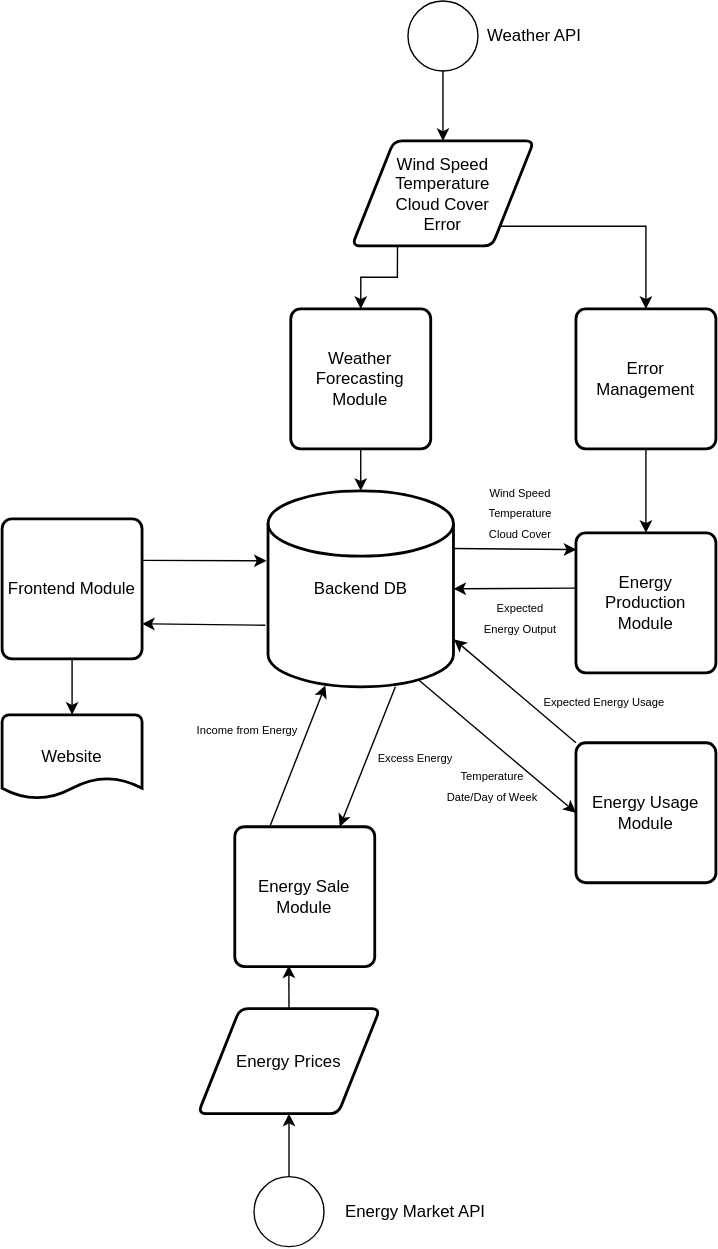
Above: Convergence.svg in aber-wgr/ConvergenceDiagrams (draw.io), before the change. Source tidied: cells renumbered, new cells last; positions are measured from the earlier drawing's top-left corner, leaving out a move shared by most shapes.
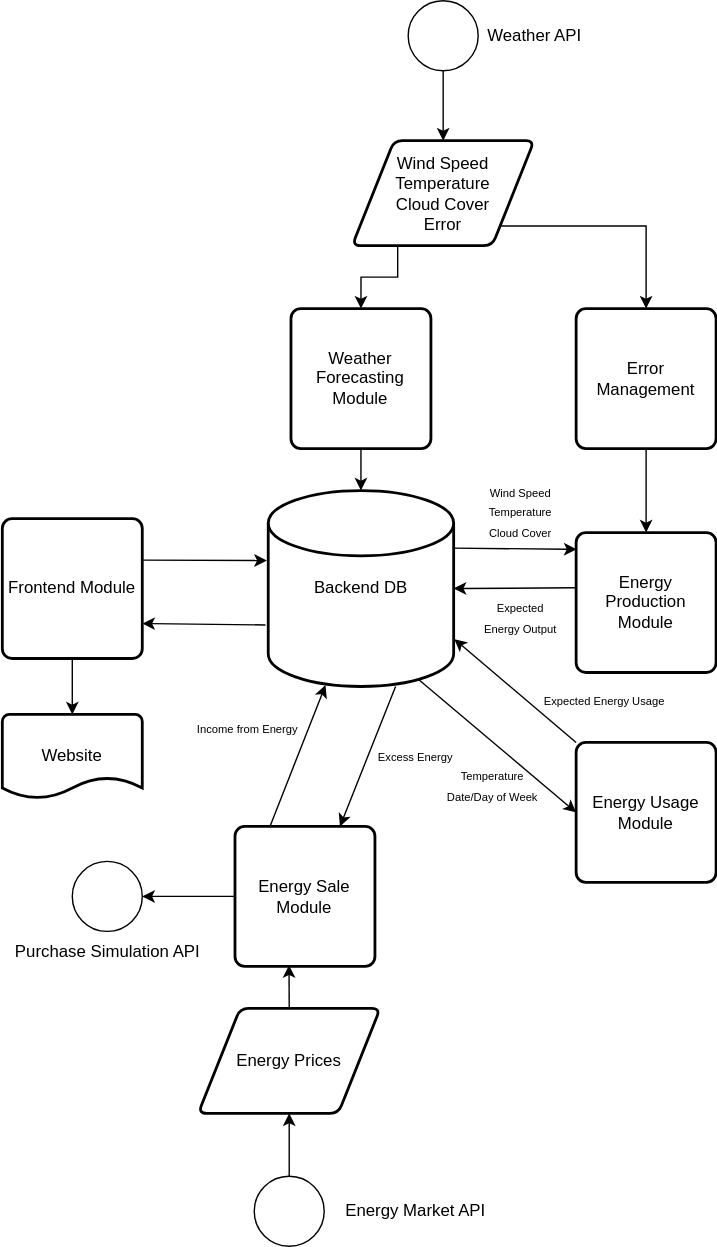
Above is the later version.

Diff of the diagram source:
```diff
@@ -59,6 +59,9 @@
     <mxCell id="20" value="Energy Prices" style="shape=parallelogram;html=1;strokeWidth=2;perimeter=parallelogramPerimeter;whiteSpace=wrap;rounded=1;arcSize=12;size=0.23;" parent="1" vertex="1">
       <mxGeometry x="140" y="720" width="130" height="75" as="geometry" />
     </mxCell>
+    <mxCell id="38" style="edgeStyle=orthogonalEdgeStyle;rounded=0;jettySize=auto;html=1;exitX=0;exitY=0.5;exitDx=0;exitDy=0;entryX=1;entryY=0.5;entryDx=0;entryDy=0;" parent="1" edge="1" source="21" target="39">
+      <mxGeometry relative="1" as="geometry" />
+    </mxCell>
     <mxCell id="21" value="Energy Sale Module" style="rounded=1;whiteSpace=wrap;html=1;absoluteArcSize=1;arcSize=14;strokeWidth=2;" parent="1" vertex="1">
       <mxGeometry x="166.2" y="590" width="100" height="100" as="geometry" />
     </mxCell>
@@ -114,5 +117,11 @@
     <mxCell id="37" value="&lt;span style=&quot;font-size: 8px&quot;&gt;Income from Energy&lt;/span&gt;" style="text;html=1;align=center;verticalAlign=middle;" parent="1" vertex="1">
       <mxGeometry x="130" y="510" width="90" height="20" as="geometry" />
     </mxCell>
+    <mxCell id="39" style="ellipse;whiteSpace=wrap;html=1;" parent="1" vertex="1">
+      <mxGeometry x="50" y="615" width="50" height="50" as="geometry" />
+    </mxCell>
+    <mxCell id="40" value="Purchase Simulation API" style="text;html=1;align=center;verticalAlign=middle;" parent="1" vertex="1">
+      <mxGeometry y="670" width="150" height="20" as="geometry" />
+    </mxCell>
   </root>
 </mxGraphModel>
```
